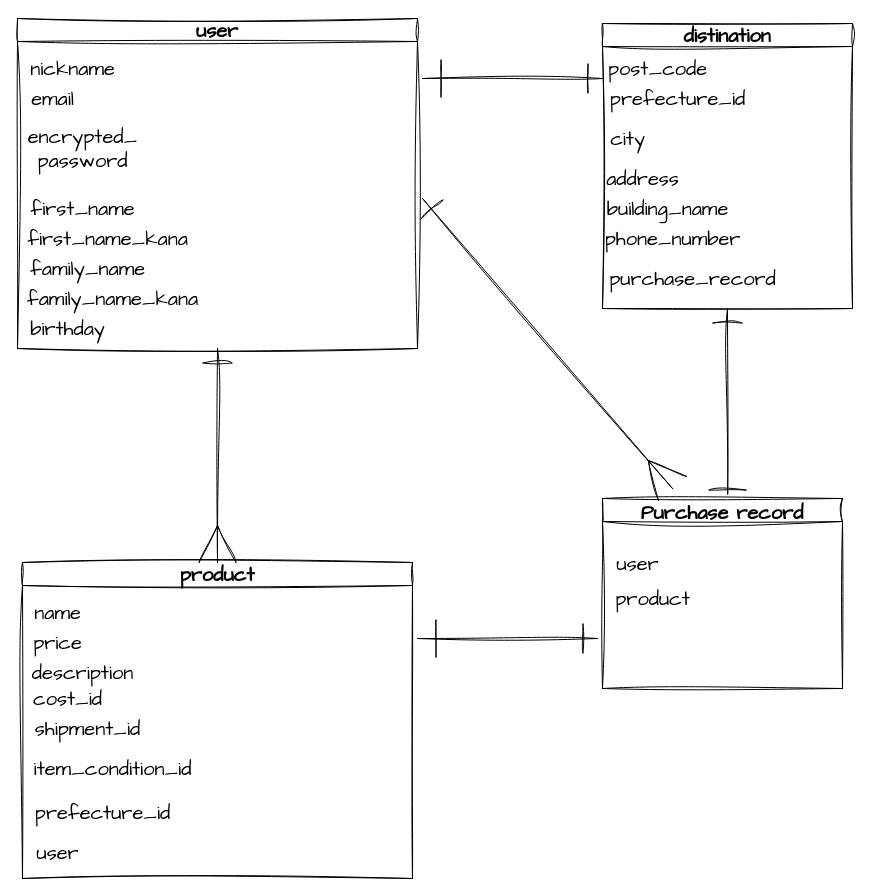
Above: Untitled-1.drawio in kouji777/furima-38659 (draw.io), before the change. Source tidied: cells renumbered, new cells numbered last; positions are measured from the earlier drawing's top-left corner, leaving out a move shared by most shapes. Both pictures are drawn from the tidied source at 100%, with x=0, y=0 at pixel (17, 18).
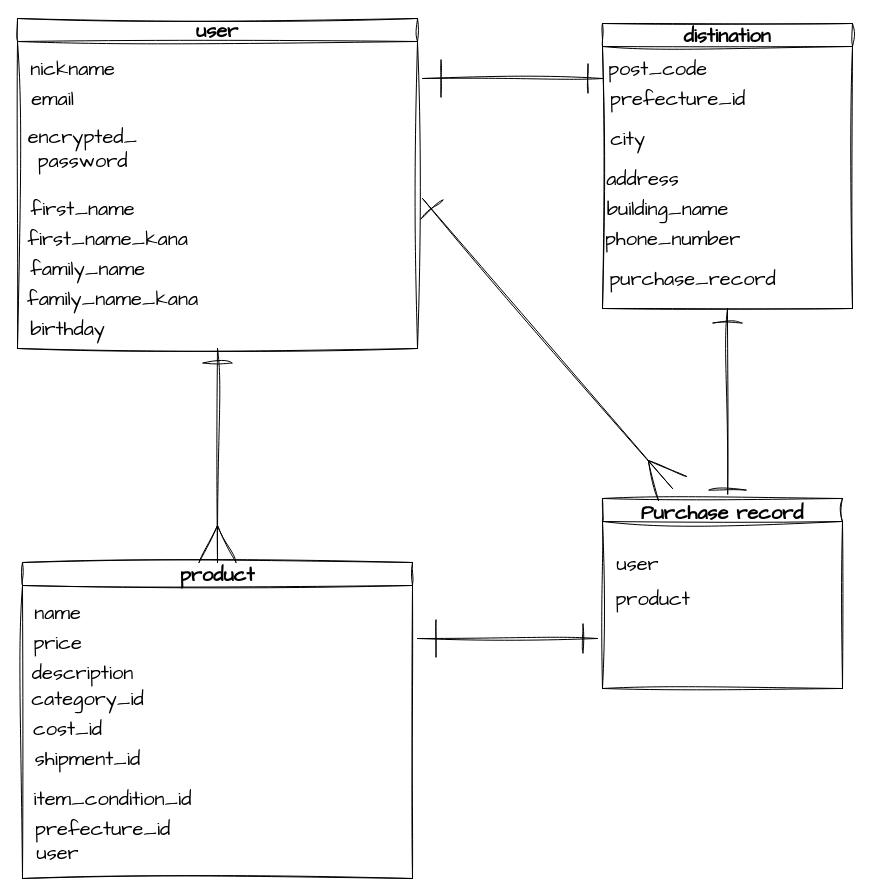
Above is the later version.

The change refers to these unchanged cells:
```xml
<mxCell id="12" value="product" style="swimlane;whiteSpace=wrap;html=1;sketch=1;hachureGap=4;jiggle=2;curveFitting=1;fontFamily=Architects Daughter;fontSize=20;" parent="1" vertex="1">
  <mxGeometry x="5" y="544" width="390" height="316" as="geometry" />
</mxCell>
```

Diff of the diagram source:
```diff
@@
     <mxCell id="16" value="cost_id" style="text;html=1;align=center;verticalAlign=middle;strokeColor=none;fillColor=none;fontSize=20;fontFamily=Architects Daughter;sketch=1;hachureGap=4;jiggle=2;curveFitting=1;" parent="12" vertex="1">
-      <mxGeometry y="116" width="90" height="40" as="geometry" />
+      <mxGeometry y="146" width="90" height="40" as="geometry" />
     </mxCell>
     <mxCell id="17" value="shipment_id" style="text;html=1;align=center;verticalAlign=middle;strokeColor=none;fillColor=none;fontSize=20;fontFamily=Architects Daughter;sketch=1;hachureGap=4;jiggle=2;curveFitting=1;" parent="12" vertex="1">
-      <mxGeometry y="146" width="130" height="40" as="geometry" />
+      <mxGeometry y="176" width="130" height="40" as="geometry" />
     </mxCell>
     <mxCell id="18" value="item_condition_id" style="text;html=1;align=center;verticalAlign=middle;strokeColor=none;fillColor=none;fontSize=20;fontFamily=Architects Daughter;sketch=1;hachureGap=4;jiggle=2;curveFitting=1;" parent="12" vertex="1">
-      <mxGeometry y="186" width="180" height="40" as="geometry" />
+      <mxGeometry y="216" width="180" height="40" as="geometry" />
     </mxCell>
     <mxCell id="19" value="prefecture_id" style="text;html=1;align=center;verticalAlign=middle;strokeColor=none;fillColor=none;fontSize=20;fontFamily=Architects Daughter;sketch=1;hachureGap=4;jiggle=2;curveFitting=1;" parent="12" vertex="1">
-      <mxGeometry y="230" width="160" height="40" as="geometry" />
+      <mxGeometry y="246" width="160" height="40" as="geometry" />
     </mxCell>
@@
+    <mxCell id="37" value="category_id" style="text;html=1;align=center;verticalAlign=middle;strokeColor=none;fillColor=none;fontSize=20;fontFamily=Architects Daughter;sketch=1;hachureGap=4;jiggle=2;curveFitting=1;" parent="12" vertex="1">
+      <mxGeometry x="-5" y="116" width="140" height="40" as="geometry" />
+    </mxCell>
```
